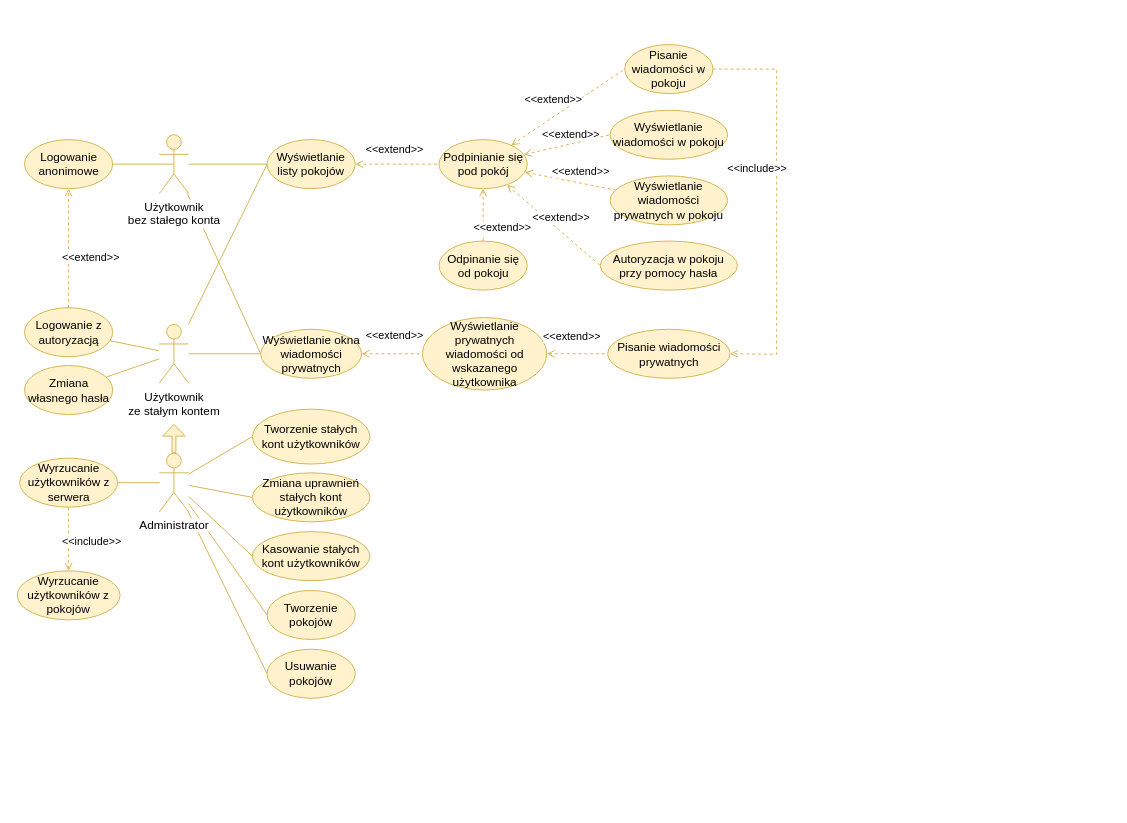
Earlier version of the draw.io diagram drawio/dpu chat.drawio (marekjm/inzynierka). Source tidied: cells renumbered, new cells numbered last; positions are measured from the earlier drawing's top-left corner, leaving out a move shared by most shapes. Both pictures are drawn from the tidied source at 98%, with x=0, y=0 at pixel (17, 44).
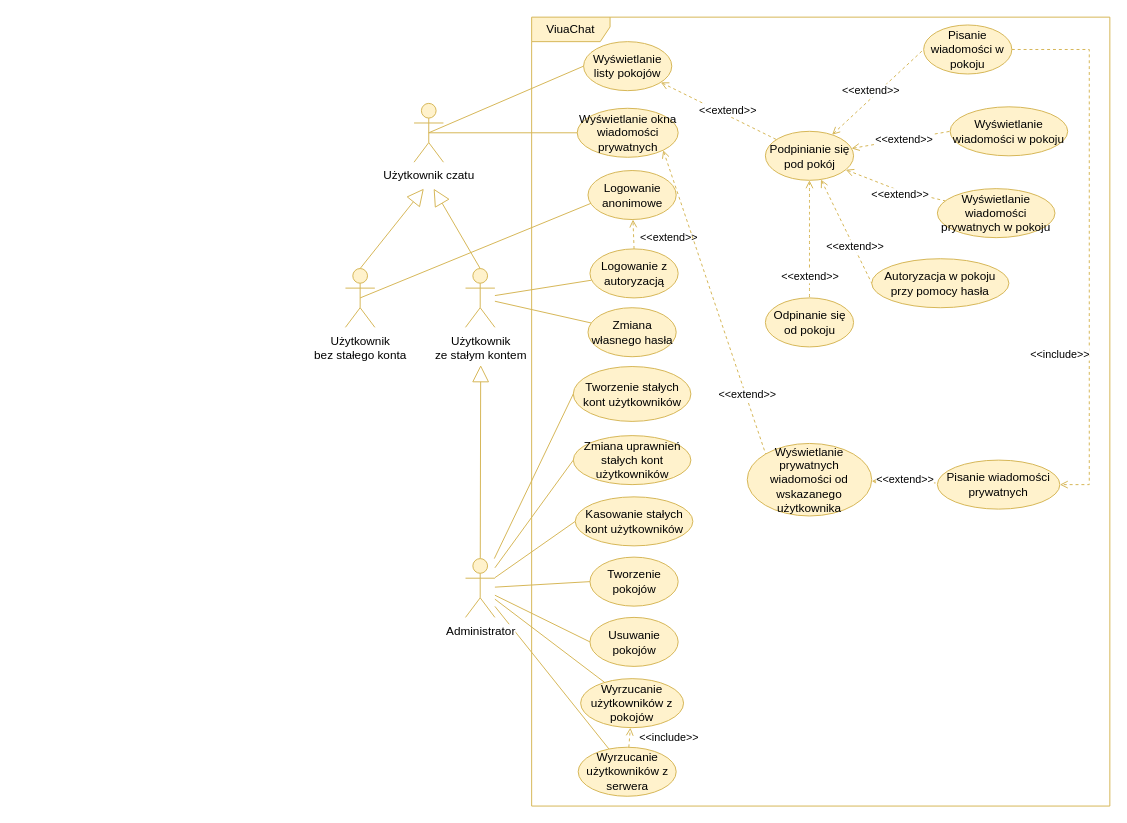
The same diagram, later.

The edit, as a diff of the source:
```diff
@@
-    <mxCell id="2" style="edgeStyle=orthogonalEdgeStyle;curved=1;rounded=0;html=1;exitX=0.5;exitY=0.5;exitDx=0;exitDy=0;exitPerimeter=0;jettySize=auto;endArrow=none;endFill=0;fillColor=#fff2cc;strokeColor=#d6b656;" parent="1" edge="1" source="5" target="19">
+    <mxCell id="2" style="rounded=0;html=1;exitX=0.5;exitY=0.5;exitDx=0;exitDy=0;exitPerimeter=0;jettySize=auto;endArrow=none;endFill=0;fillColor=#fff2cc;strokeColor=#d6b656;entryX=0.033;entryY=0.67;entryDx=0;entryDy=0;entryPerimeter=0;" parent="1" edge="1" source="5" target="19">
       <mxGeometry relative="1" as="geometry" />
     </mxCell>
-    <mxCell id="3" style="rounded=0;html=1;entryX=0;entryY=0.5;entryDx=0;entryDy=0;jettySize=auto;endArrow=none;endFill=0;fillColor=#fff2cc;strokeColor=#d6b656;" parent="1" edge="1" source="5" target="24">
-      <mxGeometry relative="1" as="geometry" />
-    </mxCell>
-    <mxCell id="4" style="rounded=0;html=1;entryX=0;entryY=0.5;entryDx=0;entryDy=0;jettySize=auto;endArrow=none;endFill=0;fillColor=#fff2cc;strokeColor=#d6b656;" parent="1" edge="1" source="5" target="38">
-      <mxGeometry relative="1" as="geometry" />
-    </mxCell>
+    <mxCell id="50" style="edgeStyle=none;rounded=0;html=1;startArrow=none;startFill=0;startSize=5;endArrow=block;endFill=0;endSize=15;jettySize=auto;fillColor=#fff2cc;strokeColor=#d6b656;exitX=0.5;exitY=0;exitDx=0;exitDy=0;exitPerimeter=0;" parent="1" edge="1" source="5">
+      <mxGeometry relative="1" as="geometry">
+        <mxPoint x="415" y="147" as="targetPoint" />
+      </mxGeometry>
+    </mxCell>
     <mxCell id="5" value="Użytkownik&lt;br&gt;bez stałego konta&lt;br&gt;" style="shape=umlActor;verticalLabelPosition=bottom;labelBackgroundColor=#ffffff;verticalAlign=top;html=1;outlineConnect=0;fillColor=#fff2cc;strokeColor=#d6b656;" parent="1" vertex="1">
-      <mxGeometry x="145" y="92" width="30" height="60" as="geometry" />
+      <mxGeometry x="335" y="228.5" width="30" height="60" as="geometry" />
     </mxCell>
@@
-    <mxCell id="8" style="rounded=0;html=1;jettySize=auto;entryX=0;entryY=0.5;entryDx=0;entryDy=0;endArrow=none;endFill=0;fillColor=#fff2cc;strokeColor=#d6b656;" parent="1" edge="1" source="10" target="24">
-      <mxGeometry relative="1" as="geometry" />
-    </mxCell>
-    <mxCell id="9" style="rounded=0;html=1;entryX=0;entryY=0.5;entryDx=0;entryDy=0;jettySize=auto;endArrow=none;endFill=0;fillColor=#fff2cc;strokeColor=#d6b656;" parent="1" edge="1" source="10" target="38">
-      <mxGeometry relative="1" as="geometry" />
-    </mxCell>
+    <mxCell id="51" style="edgeStyle=none;rounded=0;html=1;exitX=0.5;exitY=0;exitDx=0;exitDy=0;exitPerimeter=0;startArrow=none;startFill=0;startSize=5;endArrow=block;endFill=0;endSize=15;jettySize=auto;fillColor=#fff2cc;strokeColor=#d6b656;" parent="1" edge="1" source="10">
+      <mxGeometry relative="1" as="geometry">
+        <mxPoint x="425" y="147" as="targetPoint" />
+      </mxGeometry>
+    </mxCell>
     <mxCell id="10" value="Użytkownik&lt;br&gt;ze stałym kontem&lt;br&gt;" style="shape=umlActor;verticalLabelPosition=bottom;labelBackgroundColor=#ffffff;verticalAlign=top;html=1;outlineConnect=0;fillColor=#fff2cc;strokeColor=#d6b656;" parent="1" vertex="1">
-      <mxGeometry x="145" y="285.5" width="30" height="60" as="geometry" />
+      <mxGeometry x="457.5" y="228.5" width="30" height="60" as="geometry" />
     </mxCell>
@@
-    <mxCell id="17" style="edgeStyle=none;rounded=0;html=1;startArrow=none;startFill=0;endArrow=open;endFill=0;jettySize=auto;shape=flexArrow;fillColor=#fff2cc;strokeColor=#d6b656;endWidth=18;endSize=3.67;width=4;" parent="1" edge="1" source="18">
-      <mxGeometry relative="1" as="geometry">
-        <mxPoint x="160" y="387" as="targetPoint" />
-      </mxGeometry>
-    </mxCell>
+    <mxCell id="52" style="edgeStyle=none;rounded=0;html=1;startArrow=none;startFill=0;endArrow=none;endFill=0;jettySize=auto;fillColor=#fff2cc;strokeColor=#d6b656;" parent="1" edge="1" source="18" target="42">
+      <mxGeometry relative="1" as="geometry" />
+    </mxCell>
+    <mxCell id="53" style="edgeStyle=none;rounded=0;html=1;startArrow=none;startFill=0;endArrow=block;endFill=0;jettySize=auto;fillColor=#fff2cc;strokeColor=#d6b656;startSize=5;endSize=15;" parent="1" edge="1" source="18">
+      <mxGeometry relative="1" as="geometry">
+        <mxPoint x="473" y="327" as="targetPoint" />
+      </mxGeometry>
+    </mxCell>
     <mxCell id="18" value="Administrator&lt;br&gt;" style="shape=umlActor;verticalLabelPosition=bottom;labelBackgroundColor=#ffffff;verticalAlign=top;html=1;outlineConnect=0;fillColor=#fff2cc;strokeColor=#d6b656;" parent="1" vertex="1">
-      <mxGeometry x="145" y="417" width="30" height="60" as="geometry" />
+      <mxGeometry x="457.5" y="524.5" width="30" height="60" as="geometry" />
     </mxCell>
     <mxCell id="19" value="Logowanie anonimowe" style="ellipse;whiteSpace=wrap;html=1;fillColor=#fff2cc;strokeColor=#d6b656;" parent="1" vertex="1">
-      <mxGeometry x="7.5" y="97" width="90" height="50" as="geometry" />
+      <mxGeometry x="582.5" y="128.5" width="90" height="50" as="geometry" />
     </mxCell>
-    <mxCell id="20" value="&amp;lt;&amp;lt;extend&amp;gt;&amp;gt;" style="edgeStyle=none;rounded=0;html=1;exitX=0.5;exitY=0;exitDx=0;exitDy=0;entryX=0.5;entryY=1;entryDx=0;entryDy=0;startArrow=none;startFill=0;endArrow=open;endFill=0;jettySize=auto;fillColor=#fff2cc;strokeColor=#d6b656;dashed=1;" parent="1" edge="1" source="21" target="19">
-      <mxGeometry x="-0.15" y="-22" relative="1" as="geometry" />
+    <mxCell id="20" value="&amp;lt;&amp;lt;extend&amp;gt;&amp;gt;" style="edgeStyle=none;rounded=0;html=1;exitX=0.5;exitY=0;exitDx=0;exitDy=0;startArrow=none;startFill=0;endArrow=open;endFill=0;jettySize=auto;fillColor=#fff2cc;strokeColor=#d6b656;dashed=1;" parent="1" edge="1" source="21" target="19">
+      <mxGeometry x="-0.33" y="-36" relative="1" as="geometry" />
     </mxCell>
     <mxCell id="21" value="Logowanie z autoryzacją" style="ellipse;whiteSpace=wrap;html=1;fillColor=#fff2cc;strokeColor=#d6b656;" parent="1" vertex="1">
-      <mxGeometry x="7.5" y="268.5" width="90" height="50" as="geometry" />
+      <mxGeometry x="584.5" y="208.5" width="90" height="50" as="geometry" />
     </mxCell>
     <mxCell id="22" value="Zmiana własnego hasła" style="ellipse;whiteSpace=wrap;html=1;fillColor=#fff2cc;strokeColor=#d6b656;" parent="1" vertex="1">
-      <mxGeometry x="7.5" y="327.5" width="90" height="50" as="geometry" />
+      <mxGeometry x="582.5" y="268.5" width="90" height="50" as="geometry" />
     </mxCell>
     <mxCell id="23" value="&amp;lt;&amp;lt;extend&amp;gt;&amp;gt;" style="rounded=0;html=1;jettySize=auto;endArrow=none;endFill=0;dashed=1;fillColor=#fff2cc;strokeColor=#d6b656;startArrow=open;startFill=0;" parent="1" edge="1" source="24" target="30">
-      <mxGeometry x="-0.06" y="15" relative="1" as="geometry" />
+      <mxGeometry x="0.12" y="5" relative="1" as="geometry" />
     </mxCell>
     <mxCell id="24" value="Wyświetlanie listy pokojów" style="ellipse;whiteSpace=wrap;html=1;fillColor=#fff2cc;strokeColor=#d6b656;" parent="1" vertex="1">
-      <mxGeometry x="255" y="97" width="90" height="50" as="geometry" />
+      <mxGeometry x="578" y="-3" width="90" height="50" as="geometry" />
     </mxCell>
     <mxCell id="25" value="&amp;lt;&amp;lt;extend&amp;gt;&amp;gt;" style="rounded=0;html=1;jettySize=auto;endArrow=none;endFill=0;dashed=1;fillColor=#fff2cc;strokeColor=#d6b656;startArrow=open;startFill=0;" parent="1" edge="1" source="30" target="41">
-      <mxGeometry x="0.18" y="11" relative="1" as="geometry" />
+      <mxGeometry x="0.13" y="-4" relative="1" as="geometry">
+        <Array as="points">
+          <mxPoint x="895" y="147" />
+        </Array>
+      </mxGeometry>
     </mxCell>
     <mxCell id="26" value="&amp;lt;&amp;lt;extend&amp;gt;&amp;gt;" style="rounded=0;html=1;entryX=0;entryY=0.5;entryDx=0;entryDy=0;jettySize=auto;endArrow=none;endFill=0;dashed=1;fillColor=#fff2cc;strokeColor=#d6b656;startArrow=open;startFill=0;" parent="1" edge="1" source="30" target="40">
-      <mxGeometry x="0.14" y="9" relative="1" as="geometry" />
+      <mxGeometry x="0.06" relative="1" as="geometry" />
     </mxCell>
     <mxCell id="27" value="&amp;lt;&amp;lt;extend&amp;gt;&amp;gt;" style="rounded=0;html=1;entryX=0;entryY=0.5;entryDx=0;entryDy=0;jettySize=auto;endArrow=none;endFill=0;dashed=1;fillColor=#fff2cc;strokeColor=#d6b656;startArrow=open;startFill=0;" parent="1" edge="1" source="30" target="31">
-      <mxGeometry x="-0.11" y="15" relative="1" as="geometry" />
+      <mxGeometry x="-0.08" y="6" relative="1" as="geometry" />
     </mxCell>
     <mxCell id="28" value="&amp;lt;&amp;lt;extend&amp;gt;&amp;gt;" style="edgeStyle=orthogonalEdgeStyle;curved=1;rounded=0;html=1;exitX=0.5;exitY=1;exitDx=0;exitDy=0;entryX=0.5;entryY=0;entryDx=0;entryDy=0;jettySize=auto;endArrow=none;endFill=0;dashed=1;fillColor=#fff2cc;strokeColor=#d6b656;startArrow=open;startFill=0;" parent="1" edge="1" source="30" target="32">
-      <mxGeometry x="0.48" y="19" relative="1" as="geometry" />
+      <mxGeometry x="0.63" relative="1" as="geometry" />
     </mxCell>
     <mxCell id="29" value="&amp;lt;&amp;lt;extend&amp;gt;&amp;gt;&lt;br&gt;" style="rounded=0;html=1;entryX=0;entryY=0.5;entryDx=0;entryDy=0;jettySize=auto;endArrow=none;endFill=0;dashed=1;fillColor=#fff2cc;strokeColor=#d6b656;startArrow=open;startFill=0;" parent="1" edge="1" source="30" target="33">
-      <mxGeometry x="0.01" y="11" relative="1" as="geometry" />
+      <mxGeometry x="0.31" y="1" relative="1" as="geometry" />
     </mxCell>
     <mxCell id="30" value="Podpinianie się pod pokój" style="ellipse;whiteSpace=wrap;html=1;fillColor=#fff2cc;strokeColor=#d6b656;" parent="1" vertex="1">
-      <mxGeometry x="430.5" y="97" width="90" height="50" as="geometry" />
+      <mxGeometry x="763.5" y="88.5" width="90" height="50" as="geometry" />
     </mxCell>
     <mxCell id="31" value="Pisanie wiadomości w pokoju" style="ellipse;whiteSpace=wrap;html=1;fillColor=#fff2cc;strokeColor=#d6b656;" parent="1" vertex="1">
-      <mxGeometry x="620" width="90" height="50" as="geometry" />
+      <mxGeometry x="925" y="-20" width="90" height="50" as="geometry" />
     </mxCell>
     <mxCell id="32" value="Odpinanie się od pokoju" style="ellipse;whiteSpace=wrap;html=1;fillColor=#fff2cc;strokeColor=#d6b656;" parent="1" vertex="1">
-      <mxGeometry x="430.5" y="200.5" width="90" height="50" as="geometry" />
+      <mxGeometry x="763.5" y="258.5" width="90" height="50" as="geometry" />
     </mxCell>
     <mxCell id="33" value="Autoryzacja w pokoju przy pomocy hasła" style="ellipse;whiteSpace=wrap;html=1;fillColor=#fff2cc;strokeColor=#d6b656;" parent="1" vertex="1">
-      <mxGeometry x="595" y="200.5" width="140" height="50" as="geometry" />
+      <mxGeometry x="872" y="218.5" width="140" height="50" as="geometry" />
     </mxCell>
     <mxCell id="34" value="Tworzenie stałych kont użytkowników" style="ellipse;whiteSpace=wrap;html=1;fillColor=#fff2cc;strokeColor=#d6b656;" parent="1" vertex="1">
-      <mxGeometry x="240" y="372" width="120" height="56" as="geometry" />
+      <mxGeometry x="567.5" y="328.5" width="120" height="56" as="geometry" />
     </mxCell>
     <mxCell id="35" value="Kasowanie stałych kont użytkowników" style="ellipse;whiteSpace=wrap;html=1;fillColor=#fff2cc;strokeColor=#d6b656;" parent="1" vertex="1">
-      <mxGeometry x="240" y="497" width="120" height="50" as="geometry" />
+      <mxGeometry x="569.5" y="461.5" width="120" height="50" as="geometry" />
     </mxCell>
     <mxCell id="36" value="Zmiana uprawnień stałych kont użytkowników" style="ellipse;whiteSpace=wrap;html=1;fillColor=#fff2cc;strokeColor=#d6b656;" parent="1" vertex="1">
-      <mxGeometry x="240" y="437" width="120" height="50" as="geometry" />
+      <mxGeometry x="567.5" y="399" width="120" height="50" as="geometry" />
     </mxCell>
-    <mxCell id="37" value="&amp;lt;&amp;lt;extend&amp;gt;&amp;gt;" style="rounded=0;html=1;exitX=1;exitY=0.5;exitDx=0;exitDy=0;entryX=0;entryY=0.5;entryDx=0;entryDy=0;jettySize=auto;endArrow=none;endFill=0;dashed=1;fillColor=#fff2cc;strokeColor=#d6b656;startArrow=open;startFill=0;" parent="1" edge="1" source="38" target="39">
-      <mxGeometry x="0.06" y="19" relative="1" as="geometry" />
+    <mxCell id="37" value="&amp;lt;&amp;lt;extend&amp;gt;&amp;gt;" style="rounded=0;html=1;exitX=1;exitY=1;exitDx=0;exitDy=0;entryX=0;entryY=0;entryDx=0;entryDy=0;jettySize=auto;endArrow=none;endFill=0;dashed=1;fillColor=#fff2cc;strokeColor=#d6b656;startArrow=open;startFill=0;" parent="1" edge="1" source="38" target="39">
+      <mxGeometry x="0.61" y="2" relative="1" as="geometry">
+        <mxPoint y="1" as="offset" />
+      </mxGeometry>
     </mxCell>
     <mxCell id="38" value="Wyświetlanie okna wiadomości prywatnych" style="ellipse;whiteSpace=wrap;html=1;fillColor=#fff2cc;strokeColor=#d6b656;" parent="1" vertex="1">
-      <mxGeometry x="248.5" y="290.5" width="103" height="50" as="geometry" />
+      <mxGeometry x="571.5" y="65" width="103" height="50" as="geometry" />
     </mxCell>
     <mxCell id="39" value="Wyświetlanie prywatnych wiadomości od wskazanego użytkownika" style="ellipse;whiteSpace=wrap;html=1;fillColor=#fff2cc;strokeColor=#d6b656;" parent="1" vertex="1">
-      <mxGeometry x="413.5" y="278.5" width="127" height="74" as="geometry" />
+      <mxGeometry x="745" y="407" width="127" height="74" as="geometry" />
     </mxCell>
     <mxCell id="40" value="Wyświetlanie wiadomości w pokoju" style="ellipse;whiteSpace=wrap;html=1;fillColor=#fff2cc;strokeColor=#d6b656;" parent="1" vertex="1">
-      <mxGeometry x="605" y="67" width="120" height="50" as="geometry" />
+      <mxGeometry x="952" y="63.5" width="120" height="50" as="geometry" />
     </mxCell>
     <mxCell id="41" value="Wyświetlanie wiadomości prywatnych w pokoju" style="ellipse;whiteSpace=wrap;html=1;fillColor=#fff2cc;strokeColor=#d6b656;" parent="1" vertex="1">
-      <mxGeometry x="605" y="134" width="120" height="50" as="geometry" />
+      <mxGeometry x="939" y="147" width="120" height="50" as="geometry" />
     </mxCell>
     <mxCell id="42" value="Wyrzucanie użytkowników z pokojów" style="ellipse;whiteSpace=wrap;html=1;fillColor=#fff2cc;strokeColor=#d6b656;" parent="1" vertex="1">
-      <mxGeometry y="537" width="105" height="50" as="geometry" />
+      <mxGeometry x="575" y="647" width="105" height="50" as="geometry" />
     </mxCell>
-    <mxCell id="43" value="&amp;lt;&amp;lt;include&amp;gt;&amp;gt;" style="edgeStyle=orthogonalEdgeStyle;rounded=0;html=1;jettySize=auto;dashed=1;endArrow=open;endFill=0;fillColor=#fff2cc;strokeColor=#d6b656;" parent="1" edge="1" source="44" target="42">
-      <mxGeometry x="0.08" y="23" relative="1" as="geometry" />
+    <mxCell id="43" value="&amp;lt;&amp;lt;include&amp;gt;&amp;gt;" style="rounded=0;html=1;jettySize=auto;dashed=1;endArrow=open;endFill=0;fillColor=#fff2cc;strokeColor=#d6b656;" parent="1" edge="1" source="44" target="42">
+      <mxGeometry x="0.31" y="-40" relative="1" as="geometry" />
     </mxCell>
     <mxCell id="44" value="Wyrzucanie użytkowników z serwera" style="ellipse;whiteSpace=wrap;html=1;fillColor=#fff2cc;strokeColor=#d6b656;" parent="1" vertex="1">
-      <mxGeometry x="2.5" y="422" width="100" height="50" as="geometry" />
+      <mxGeometry x="572.5" y="717" width="100" height="50" as="geometry" />
     </mxCell>
     <mxCell id="45" value="&amp;lt;&amp;lt;extend&amp;gt;&amp;gt;" style="edgeStyle=none;rounded=0;html=1;dashed=1;startArrow=open;startFill=0;endArrow=none;endFill=0;jettySize=auto;fillColor=#fff2cc;strokeColor=#d6b656;" parent="1" edge="1" source="39" target="47">
-      <mxGeometry x="-0.21" y="19" relative="1" as="geometry">
-        <mxPoint x="1" y="1" as="offset" />
+      <mxGeometry y="3" relative="1" as="geometry">
+        <mxPoint y="1" as="offset" />
       </mxGeometry>
     </mxCell>
     <mxCell id="46" value="&amp;lt;&amp;lt;include&amp;gt;&amp;gt;" style="edgeStyle=none;rounded=0;html=1;entryX=1;entryY=0.5;entryDx=0;entryDy=0;dashed=1;startArrow=none;startFill=0;endArrow=open;endFill=0;jettySize=auto;exitX=1;exitY=0.5;exitDx=0;exitDy=0;fillColor=#fff2cc;strokeColor=#d6b656;" parent="1" edge="1" source="31" target="47">
-      <mxGeometry x="-0.17" y="-20" relative="1" as="geometry">
+      <mxGeometry x="0.41" y="-30" relative="1" as="geometry">
         <Array as="points">
-          <mxPoint x="775" y="25" />
-          <mxPoint x="775" y="316" />
+          <mxPoint x="1094" y="5" />
+          <mxPoint x="1094" y="449" />
         </Array>
       </mxGeometry>
     </mxCell>
     <mxCell id="47" value="Pisanie wiadomości prywatnych" style="ellipse;whiteSpace=wrap;html=1;fillColor=#fff2cc;strokeColor=#d6b656;" parent="1" vertex="1">
-      <mxGeometry x="602.5" y="290.5" width="125" height="50" as="geometry" />
+      <mxGeometry x="939" y="424" width="125" height="50" as="geometry" />
     </mxCell>
     <mxCell id="48" value="Tworzenie pokojów" style="ellipse;whiteSpace=wrap;html=1;fillColor=#fff2cc;strokeColor=#d6b656;" parent="1" vertex="1">
-      <mxGeometry x="255" y="557" width="90" height="50" as="geometry" />
+      <mxGeometry x="584.5" y="523" width="90" height="50" as="geometry" />
     </mxCell>
     <mxCell id="49" value="Usuwanie pokojów" style="ellipse;whiteSpace=wrap;html=1;fillColor=#fff2cc;strokeColor=#d6b656;" parent="1" vertex="1">
-      <mxGeometry x="255" y="617" width="90" height="50" as="geometry" />
+      <mxGeometry x="584.5" y="584.5" width="90" height="50" as="geometry" />
     </mxCell>
+    <mxCell id="54" style="edgeStyle=none;rounded=0;html=1;exitX=0.5;exitY=0.5;exitDx=0;exitDy=0;exitPerimeter=0;startArrow=none;startFill=0;endArrow=none;endFill=0;jettySize=auto;fillColor=#fff2cc;strokeColor=#d6b656;" parent="1" edge="1" source="56" target="38">
+      <mxGeometry relative="1" as="geometry" />
+    </mxCell>
+    <mxCell id="55" style="edgeStyle=none;rounded=0;html=1;exitX=0.5;exitY=0.5;exitDx=0;exitDy=0;exitPerimeter=0;entryX=0;entryY=0.5;entryDx=0;entryDy=0;startArrow=none;startFill=0;endArrow=none;endFill=0;jettySize=auto;fillColor=#fff2cc;strokeColor=#d6b656;" parent="1" edge="1" source="56" target="24">
+      <mxGeometry relative="1" as="geometry" />
+    </mxCell>
+    <mxCell id="56" value="Użytkownik czatu&lt;br&gt;" style="shape=umlActor;verticalLabelPosition=bottom;labelBackgroundColor=#ffffff;verticalAlign=top;html=1;outlineConnect=0;fillColor=#fff2cc;strokeColor=#d6b656;" parent="1" vertex="1">
+      <mxGeometry x="405" y="60" width="30" height="60" as="geometry" />
+    </mxCell>
+    <mxCell id="57" value="ViuaChat" style="shape=umlFrame;whiteSpace=wrap;html=1;fillColor=#fff2cc;strokeColor=#d6b656;width=80;height=25;" parent="1" vertex="1">
+      <mxGeometry x="525" y="-28" width="590" height="805" as="geometry" />
+    </mxCell>
```
